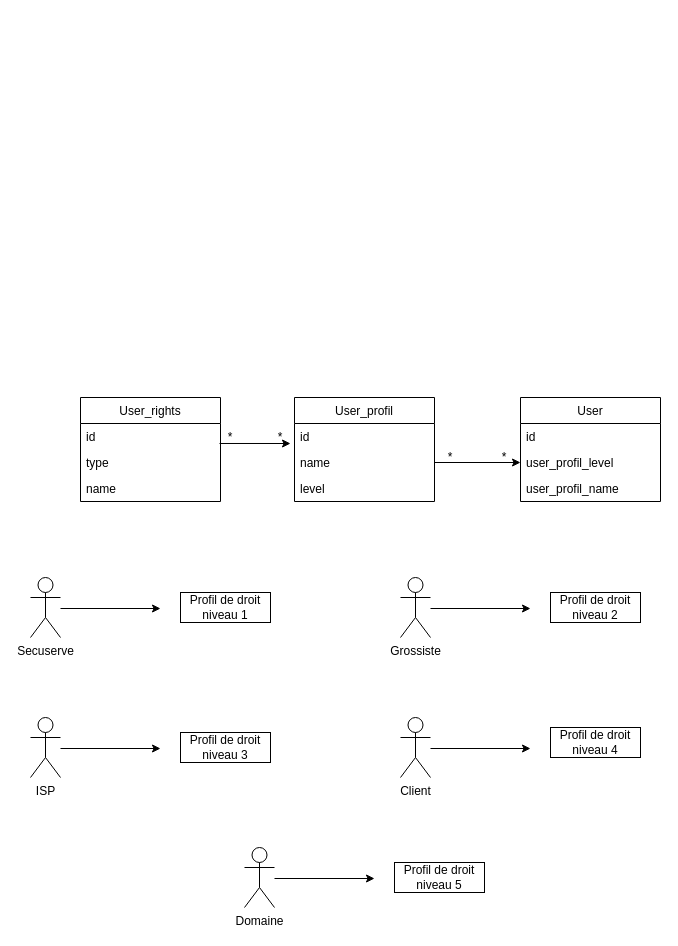
The draw.io diagram security.drawio in nrgix2/api-netpoint, before the edit. Source tidied: cells renumbered, new cells numbered last; positions are measured from the earlier drawing's top-left corner, leaving out a move shared by most shapes. Both pictures are drawn from the tidied source at 100%, with x=0, y=0 at pixel (30, 397).
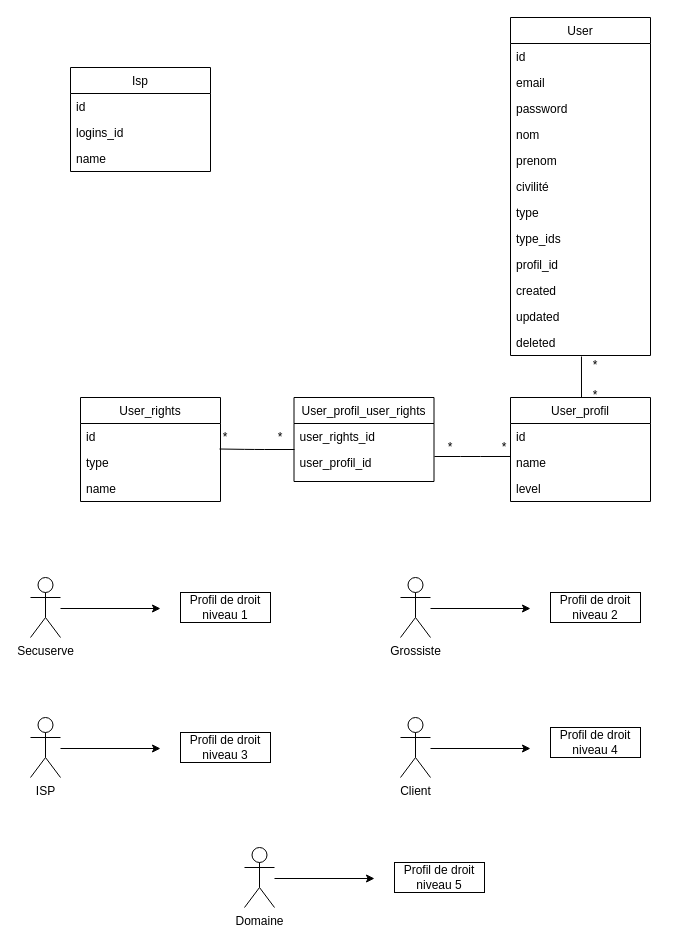
The same page after the edit.

The change refers to these unchanged cells:
```xml
<mxCell id="19" value="name" style="text;strokeColor=none;fillColor=none;align=left;verticalAlign=top;spacingLeft=4;spacingRight=4;overflow=hidden;points=[[0,0.5],[1,0.5]];portConstraint=eastwest;" parent="17" vertex="1">
  <mxGeometry y="52" width="140" height="26" as="geometry" />
</mxCell>
<mxCell id="26" value="id" style="text;strokeColor=none;fillColor=none;align=left;verticalAlign=top;spacingLeft=4;spacingRight=4;overflow=hidden;points=[[0,0.5],[1,0.5]];portConstraint=eastwest;" parent="25" vertex="1">
  <mxGeometry y="26" width="140" height="26" as="geometry" />
</mxCell>
```

What changed in the source:
```diff
@@
     <mxCell id="17" value="User_profil" style="swimlane;fontStyle=0;horizontal=1;startSize=26;" parent="1" vertex="1">
-      <mxGeometry x="264" width="140" height="104" as="geometry" />
+      <mxGeometry x="480" width="140" height="104" as="geometry" />
     </mxCell>
@@
-    <mxCell id="21" value="User" style="swimlane;fontStyle=0;horizontal=1;startSize=26;" parent="1" vertex="1">
-      <mxGeometry x="490" width="140" height="104" as="geometry" />
-    </mxCell>
-    <mxCell id="22" value="id" style="text;strokeColor=none;fillColor=none;align=left;verticalAlign=top;spacingLeft=4;spacingRight=4;overflow=hidden;" parent="21" vertex="1">
-      <mxGeometry y="26" width="140" height="26" as="geometry" />
-    </mxCell>
-    <mxCell id="23" value="user_profil_level" style="text;strokeColor=none;fillColor=none;align=left;verticalAlign=top;spacingLeft=4;spacingRight=4;overflow=hidden;points=[[0,0.5],[1,0.5]];portConstraint=eastwest;" parent="21" vertex="1">
-      <mxGeometry y="52" width="140" height="26" as="geometry" />
-    </mxCell>
-    <mxCell id="24" value="user_profil_name" style="text;strokeColor=none;fillColor=none;align=left;verticalAlign=top;spacingLeft=4;spacingRight=4;overflow=hidden;" parent="21" vertex="1">
-      <mxGeometry y="78" width="140" height="26" as="geometry" />
-    </mxCell>
@@
-    <mxCell id="29" style="endArrow=classic;html=1;exitX=0.993;exitY=0.769;exitDx=0;exitDy=0;exitPerimeter=0;" parent="1" edge="1" source="26">
-      <mxGeometry relative="1" as="geometry">
-        <mxPoint x="260" y="46" as="targetPoint" />
-      </mxGeometry>
-    </mxCell>
-    <mxCell id="30" value="*" style="text;html=1;strokeColor=none;fillColor=none;align=center;verticalAlign=middle;whiteSpace=wrap;rounded=0;" parent="1" vertex="1">
-      <mxGeometry x="180" y="30" width="40" height="20" as="geometry" />
-    </mxCell>
-    <mxCell id="31" value="*" style="text;html=1;strokeColor=none;fillColor=none;align=center;verticalAlign=middle;whiteSpace=wrap;rounded=0;" parent="1" vertex="1">
-      <mxGeometry x="400" y="50" width="40" height="20" as="geometry" />
-    </mxCell>
-    <mxCell id="32" style="endArrow=classic;html=1;exitX=1;exitY=0.5;exitDx=0;exitDy=0;entryX=0;entryY=0.5;entryDx=0;entryDy=0;" parent="1" edge="1" source="19" target="23">
-      <mxGeometry relative="1" as="geometry" />
-    </mxCell>
+    <mxCell id="35" value="User_profil_user_rights" style="swimlane;fontStyle=0;horizontal=1;startSize=26;" parent="1" vertex="1">
+      <mxGeometry x="263.5" width="140" height="84" as="geometry" />
+    </mxCell>
+    <mxCell id="36" value="user_rights_id" style="text;strokeColor=none;fillColor=none;align=left;verticalAlign=top;spacingLeft=4;spacingRight=4;overflow=hidden;" parent="35" vertex="1">
+      <mxGeometry y="26" width="140" height="26" as="geometry" />
+    </mxCell>
+    <mxCell id="37" value="user_profil_id" style="text;strokeColor=none;fillColor=none;align=left;verticalAlign=top;spacingLeft=4;spacingRight=4;overflow=hidden;" parent="35" vertex="1">
+      <mxGeometry y="52" width="140" height="32" as="geometry" />
+    </mxCell>
+    <mxCell id="21" value="User" style="swimlane;fontStyle=0;horizontal=1;startSize=26;" parent="1" vertex="1">
+      <mxGeometry x="480" y="-380" width="140" height="338" as="geometry" />
+    </mxCell>
+    <mxCell id="38" value="id" style="text;strokeColor=none;fillColor=none;align=left;verticalAlign=top;spacingLeft=4;spacingRight=4;overflow=hidden;" parent="21" vertex="1">
+      <mxGeometry y="26" width="140" height="26" as="geometry" />
+    </mxCell>
+    <mxCell id="39" value="email" style="text;strokeColor=none;fillColor=none;align=left;verticalAlign=top;spacingLeft=4;spacingRight=4;overflow=hidden;" parent="21" vertex="1">
+      <mxGeometry y="52" width="140" height="26" as="geometry" />
+    </mxCell>
+    <mxCell id="40" value="password" style="text;strokeColor=none;fillColor=none;align=left;verticalAlign=top;spacingLeft=4;spacingRight=4;overflow=hidden;" parent="21" vertex="1">
+      <mxGeometry y="78" width="140" height="26" as="geometry" />
+    </mxCell>
+    <mxCell id="41" value="nom" style="text;strokeColor=none;fillColor=none;align=left;verticalAlign=top;spacingLeft=4;spacingRight=4;overflow=hidden;" parent="21" vertex="1">
+      <mxGeometry y="104" width="140" height="26" as="geometry" />
+    </mxCell>
+    <mxCell id="42" value="prenom" style="text;strokeColor=none;fillColor=none;align=left;verticalAlign=top;spacingLeft=4;spacingRight=4;overflow=hidden;" parent="21" vertex="1">
+      <mxGeometry y="130" width="140" height="26" as="geometry" />
+    </mxCell>
+    <mxCell id="43" value="civilité" style="text;strokeColor=none;fillColor=none;align=left;verticalAlign=top;spacingLeft=4;spacingRight=4;overflow=hidden;" parent="21" vertex="1">
+      <mxGeometry y="156" width="140" height="26" as="geometry" />
+    </mxCell>
+    <mxCell id="44" value="type" style="text;strokeColor=none;fillColor=none;align=left;verticalAlign=top;spacingLeft=4;spacingRight=4;overflow=hidden;" parent="21" vertex="1">
+      <mxGeometry y="182" width="140" height="26" as="geometry" />
+    </mxCell>
+    <mxCell id="45" value="type_ids" style="text;strokeColor=none;fillColor=none;align=left;verticalAlign=top;spacingLeft=4;spacingRight=4;overflow=hidden;" parent="21" vertex="1">
+      <mxGeometry y="208" width="140" height="26" as="geometry" />
+    </mxCell>
+    <mxCell id="46" value="profil_id" style="text;strokeColor=none;fillColor=none;align=left;verticalAlign=top;spacingLeft=4;spacingRight=4;overflow=hidden;" parent="21" vertex="1">
+      <mxGeometry y="234" width="140" height="26" as="geometry" />
+    </mxCell>
+    <mxCell id="47" value="created" style="text;strokeColor=none;fillColor=none;align=left;verticalAlign=top;spacingLeft=4;spacingRight=4;overflow=hidden;" parent="21" vertex="1">
+      <mxGeometry y="260" width="140" height="26" as="geometry" />
+    </mxCell>
+    <mxCell id="48" value="updated" style="text;strokeColor=none;fillColor=none;align=left;verticalAlign=top;spacingLeft=4;spacingRight=4;overflow=hidden;" parent="21" vertex="1">
+      <mxGeometry y="286" width="140" height="26" as="geometry" />
+    </mxCell>
+    <mxCell id="49" value="deleted" style="text;strokeColor=none;fillColor=none;align=left;verticalAlign=top;spacingLeft=4;spacingRight=4;overflow=hidden;points=[[0,0.5],[1,0.5]];portConstraint=eastwest;" parent="21" vertex="1">
+      <mxGeometry y="312" width="140" height="26" as="geometry" />
+    </mxCell>
+    <mxCell id="50" value="*" style="text;html=1;strokeColor=none;fillColor=none;align=center;verticalAlign=middle;whiteSpace=wrap;rounded=0;" parent="1" vertex="1">
+      <mxGeometry x="545" y="-12" width="40" height="20" as="geometry" />
+    </mxCell>
+    <mxCell id="51" value="*" style="text;html=1;strokeColor=none;fillColor=none;align=center;verticalAlign=middle;whiteSpace=wrap;rounded=0;" parent="1" vertex="1">
+      <mxGeometry x="545" y="-42" width="40" height="20" as="geometry" />
+    </mxCell>
@@
-    <mxCell id="34" value="*" style="text;html=1;strokeColor=none;fillColor=none;align=center;verticalAlign=middle;whiteSpace=wrap;rounded=0;" parent="1" vertex="1">
-      <mxGeometry x="454" y="50" width="40" height="20" as="geometry" />
-    </mxCell>
+    <mxCell id="52" value="*" style="text;html=1;strokeColor=none;fillColor=none;align=center;verticalAlign=middle;whiteSpace=wrap;rounded=0;" parent="1" vertex="1">
+      <mxGeometry x="175" y="30" width="40" height="20" as="geometry" />
+    </mxCell>
+    <mxCell id="53" style="endArrow=none;html=1;entryX=0;entryY=0.269;entryDx=0;entryDy=0;entryPerimeter=0;" parent="1" edge="1" target="19">
+      <mxGeometry relative="1" as="geometry">
+        <mxPoint x="404" y="59" as="sourcePoint" />
+        <Array as="points">
+          <mxPoint x="440" y="59" />
+        </Array>
+      </mxGeometry>
+    </mxCell>
+    <mxCell id="54" style="endArrow=none;html=1;entryX=0;entryY=0.269;entryDx=0;entryDy=0;entryPerimeter=0;" parent="1" edge="1">
+      <mxGeometry relative="1" as="geometry">
+        <mxPoint x="189" y="51.5" as="sourcePoint" />
+        <mxPoint x="264" y="52" as="targetPoint" />
+        <Array as="points">
+          <mxPoint x="224" y="52" />
+        </Array>
+      </mxGeometry>
+    </mxCell>
+    <mxCell id="55" style="endArrow=none;html=1;entryX=0.507;entryY=1.038;entryDx=0;entryDy=0;entryPerimeter=0;" parent="1" edge="1" target="49">
+      <mxGeometry relative="1" as="geometry">
+        <mxPoint x="551" as="sourcePoint" />
+      </mxGeometry>
+    </mxCell>
+    <mxCell id="56" value="*" style="text;html=1;strokeColor=none;fillColor=none;align=center;verticalAlign=middle;whiteSpace=wrap;rounded=0;" parent="1" vertex="1">
+      <mxGeometry x="454" y="40" width="40" height="20" as="geometry" />
+    </mxCell>
+    <mxCell id="57" value="*" style="text;html=1;strokeColor=none;fillColor=none;align=center;verticalAlign=middle;whiteSpace=wrap;rounded=0;" parent="1" vertex="1">
+      <mxGeometry x="400" y="40" width="40" height="20" as="geometry" />
+    </mxCell>
+    <mxCell id="58" value="Isp" style="swimlane;fontStyle=0;horizontal=1;startSize=26;" parent="1" vertex="1">
+      <mxGeometry x="40" y="-330" width="140" height="104" as="geometry" />
+    </mxCell>
+    <mxCell id="59" value="id" style="text;strokeColor=none;fillColor=none;align=left;verticalAlign=top;spacingLeft=4;spacingRight=4;overflow=hidden;" parent="58" vertex="1">
+      <mxGeometry y="26" width="140" height="26" as="geometry" />
+    </mxCell>
+    <mxCell id="60" value="logins_id" style="text;strokeColor=none;fillColor=none;align=left;verticalAlign=top;spacingLeft=4;spacingRight=4;overflow=hidden;" parent="58" vertex="1">
+      <mxGeometry y="52" width="140" height="26" as="geometry" />
+    </mxCell>
+    <mxCell id="61" value="name" style="text;strokeColor=none;fillColor=none;align=left;verticalAlign=top;spacingLeft=4;spacingRight=4;overflow=hidden;" parent="58" vertex="1">
+      <mxGeometry y="78" width="140" height="26" as="geometry" />
+    </mxCell>
```
